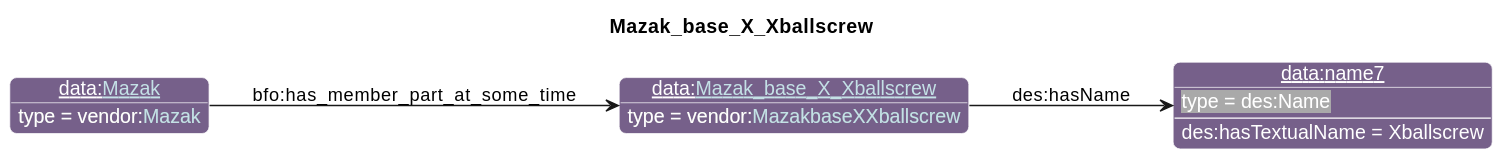
The PlantUML diagram diagrams/Mazak_base_X_Xballscrew.svg in iofoundry/example-syseng-mtconnect, before a commit. The source it was exported from:
```plantuml
@startuml
!include ../iof.iuml

<style>
object {
  HyperlinkColor #C4E1E6
}
</style>

left to right direction
skinparam linetype polyline
title Mazak_base_X_Xballscrew

!$default_direction = down

!$namespace_colors = { "bfo":"DFA702",
                      "iof":"1E90FF",
                      "ns":"Green",
                      "ns1":"76608A",
                      "core":"000000",
                      "ex":"Green",
                      "data":"76608A",
                      "vendor":"76608A",
                      "units":"8A2D3B",
                      "cmns-dsg":"3A0519",
                      "qp":"641B2E"
      }
individual(o0, data:[[./Mazak_base_X_Xballscrew.html Mazak_base_X_Xballscrew]], vendor:[[../Mazak.html#MazakbaseXXballscrew MazakbaseXXballscrew]])
individual(o1, data:name7, des:Name)
individual(o2, data:[[./Mazak.html Mazak]], vendor:[[../Mazak.html#Mazak Mazak]])
property(o0, "des:hasName", o1)
data(o1, "des:hasTextualName", "Xballscrew")
property(o2, "bfo:has_member_part_at_some_time", o0)
@enduml
```
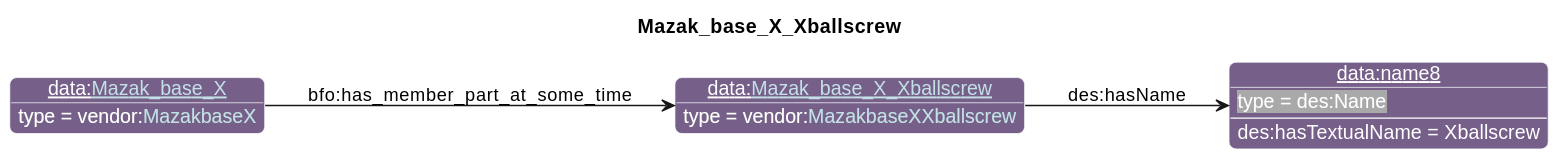
Later version of the same file.

Diff of the diagram source:
```diff
@@ -26,8 +26,8 @@
                       "qp":"641B2E"
       }
 individual(o0, data:[[./Mazak_base_X_Xballscrew.html Mazak_base_X_Xballscrew]], vendor:[[../Mazak.html#MazakbaseXXballscrew MazakbaseXXballscrew]])
-individual(o1, data:name7, des:Name)
-individual(o2, data:[[./Mazak.html Mazak]], vendor:[[../Mazak.html#Mazak Mazak]])
+individual(o1, data:name8, des:Name)
+individual(o2, data:[[./Mazak_base_X.html Mazak_base_X]], vendor:[[../Mazak.html#MazakbaseX MazakbaseX]])
 property(o0, "des:hasName", o1)
 data(o1, "des:hasTextualName", "Xballscrew")
 property(o2, "bfo:has_member_part_at_some_time", o0)
```
